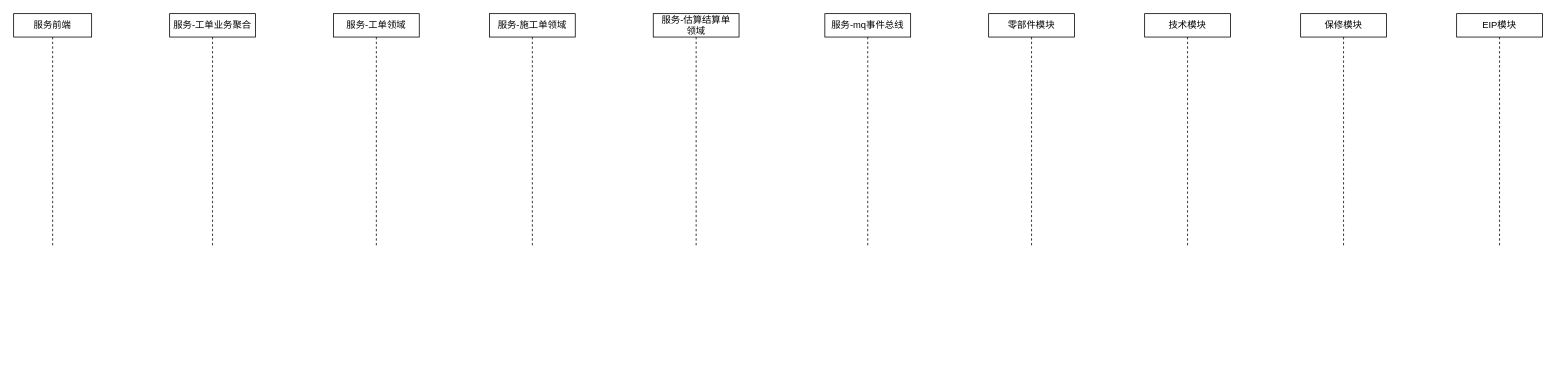
Fat-Rice/study keeps this draw.io diagram as 工单业务流程.drawio. Above is the earlier version. Source tidied: cells renumbered, new cells numbered last; positions are measured from the earlier drawing's top-left corner, leaving out a move shared by most shapes. Both pictures are drawn from the tidied source at 78%, with x=0, y=0 at pixel (13, 13).
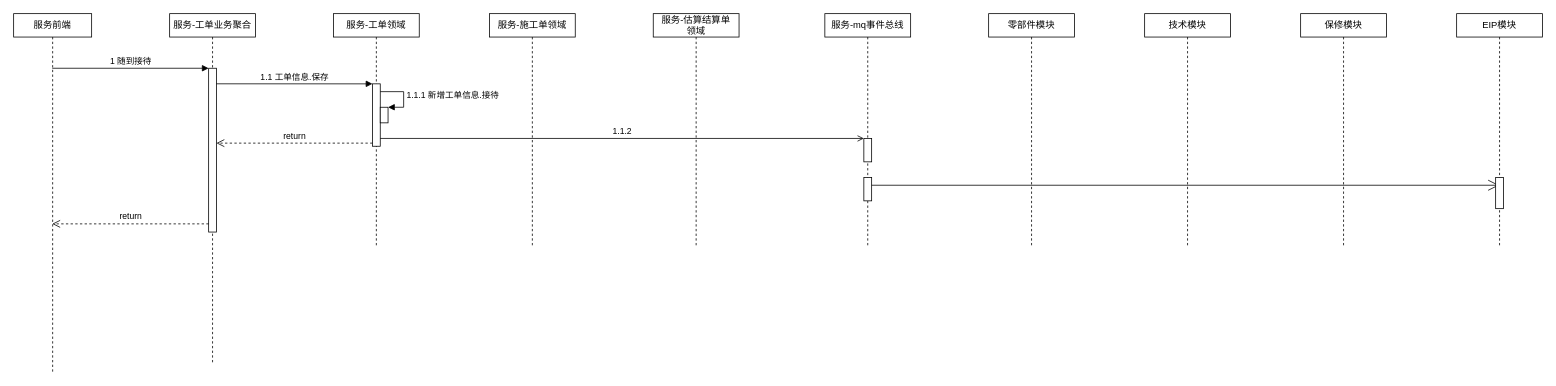
After the change.

Commit message (it also covers changes not shown here):
更新工单业务流程.drawio

The change refers to these unchanged cells:
```xml
<mxCell id="4" value="服务-工单领域" style="shape=umlLifeline;perimeter=lifelinePerimeter;whiteSpace=wrap;html=1;size=30;" parent="1" vertex="1">
  <mxGeometry x="410" width="110" height="300" as="geometry" />
</mxCell>
<mxCell id="7" value="&lt;div&gt;服务-mq事件总线&lt;/div&gt;" style="shape=umlLifeline;perimeter=lifelinePerimeter;whiteSpace=wrap;html=1;size=30;" parent="1" vertex="1">
  <mxGeometry x="1040" width="110" height="300" as="geometry" />
</mxCell>
<mxCell id="11" value="EIP模块" style="shape=umlLifeline;perimeter=lifelinePerimeter;whiteSpace=wrap;html=1;outlineConnect=0;size=30;" parent="1" vertex="1">
  <mxGeometry x="1850" width="110" height="300" as="geometry" />
</mxCell>
```

Change to the diagram source:
```diff
@@
     <mxCell id="2" value="服务前端" style="shape=umlLifeline;perimeter=lifelinePerimeter;whiteSpace=wrap;html=1;outlineConnect=0;size=30;" parent="1" vertex="1">
-      <mxGeometry width="100" height="300" as="geometry" />
+      <mxGeometry width="100" height="460" as="geometry" />
     </mxCell>
     <mxCell id="3" value="服务-工单业务聚合" style="shape=umlLifeline;perimeter=lifelinePerimeter;whiteSpace=wrap;html=1;size=30;" parent="1" vertex="1">
-      <mxGeometry x="200" width="110" height="300" as="geometry" />
+      <mxGeometry x="200" width="110" height="450" as="geometry" />
     </mxCell>
+    <mxCell id="12" style="html=1;points=[];perimeter=orthogonalPerimeter;" parent="3" vertex="1">
+      <mxGeometry x="50" y="70" width="10" height="210" as="geometry" />
+    </mxCell>
@@
+    <mxCell id="13" style="html=1;points=[];perimeter=orthogonalPerimeter;" parent="4" vertex="1">
+      <mxGeometry x="50" y="90" width="10" height="80" as="geometry" />
+    </mxCell>
+    <mxCell id="14" style="html=1;points=[];perimeter=orthogonalPerimeter;" parent="4" vertex="1">
+      <mxGeometry x="60" y="120" width="10" height="20" as="geometry" />
+    </mxCell>
+    <mxCell id="15" value="1.1.1 新增工单信息.接待" style="edgeStyle=orthogonalEdgeStyle;html=1;align=left;spacingLeft=2;endArrow=block;rounded=0;entryX=1;entryY=0;" parent="4" edge="1" target="14">
+      <mxGeometry relative="1" as="geometry">
+        <mxPoint x="60" y="100" as="sourcePoint" />
+        <Array as="points">
+          <mxPoint x="90" y="100" />
+        </Array>
+      </mxGeometry>
+    </mxCell>
@@
+    <mxCell id="16" style="html=1;points=[];perimeter=orthogonalPerimeter;" parent="7" vertex="1">
+      <mxGeometry x="50" y="160" width="10" height="30" as="geometry" />
+    </mxCell>
+    <mxCell id="17" style="html=1;perimeter=orthogonalPerimeter;" parent="7" vertex="1">
+      <mxGeometry x="50" y="210" width="10" height="30" as="geometry" />
+    </mxCell>
+    <mxCell id="18" style="endArrow=open;endFill=1;endSize=12;html=1;rounded=0;" parent="7" edge="1" target="11">
+      <mxGeometry relative="1" as="geometry">
+        <mxPoint x="60" y="220" as="sourcePoint" />
+      </mxGeometry>
+    </mxCell>
@@
+    <mxCell id="19" style="html=1;perimeter=orthogonalPerimeter;" parent="11" vertex="1">
+      <mxGeometry x="50" y="210" width="10" height="40" as="geometry" />
+    </mxCell>
+    <mxCell id="20" value="1 随到接待" style="html=1;verticalAlign=bottom;endArrow=block;entryX=0;entryY=0;rounded=0;" parent="1" edge="1" source="2" target="12">
+      <mxGeometry relative="1" as="geometry" />
+    </mxCell>
+    <mxCell id="21" value="return" style="html=1;verticalAlign=bottom;endArrow=open;dashed=1;endSize=8;exitX=0;exitY=0.95;rounded=0;" parent="1" edge="1" source="12" target="2">
+      <mxGeometry relative="1" as="geometry" />
+    </mxCell>
+    <mxCell id="22" value="1.1 工单信息.保存" style="html=1;verticalAlign=bottom;endArrow=block;entryX=0;entryY=0;rounded=0;exitX=1;exitY=0.095;exitDx=0;exitDy=0;exitPerimeter=0;" parent="1" edge="1" source="12" target="13">
+      <mxGeometry relative="1" as="geometry" />
+    </mxCell>
+    <mxCell id="23" value="return" style="html=1;verticalAlign=bottom;endArrow=open;dashed=1;endSize=8;exitX=0;exitY=0.95;rounded=0;" parent="1" edge="1" source="13">
+      <mxGeometry relative="1" as="geometry">
+        <mxPoint x="260" y="166" as="targetPoint" />
+      </mxGeometry>
+    </mxCell>
+    <mxCell id="24" value="1.1.2 " style="html=1;verticalAlign=bottom;startArrow=none;endArrow=open;startSize=8;rounded=0;endFill=0;startFill=0;" parent="1" edge="1" target="16">
+      <mxGeometry relative="1" as="geometry">
+        <mxPoint x="470" y="160" as="sourcePoint" />
+      </mxGeometry>
+    </mxCell>
```
